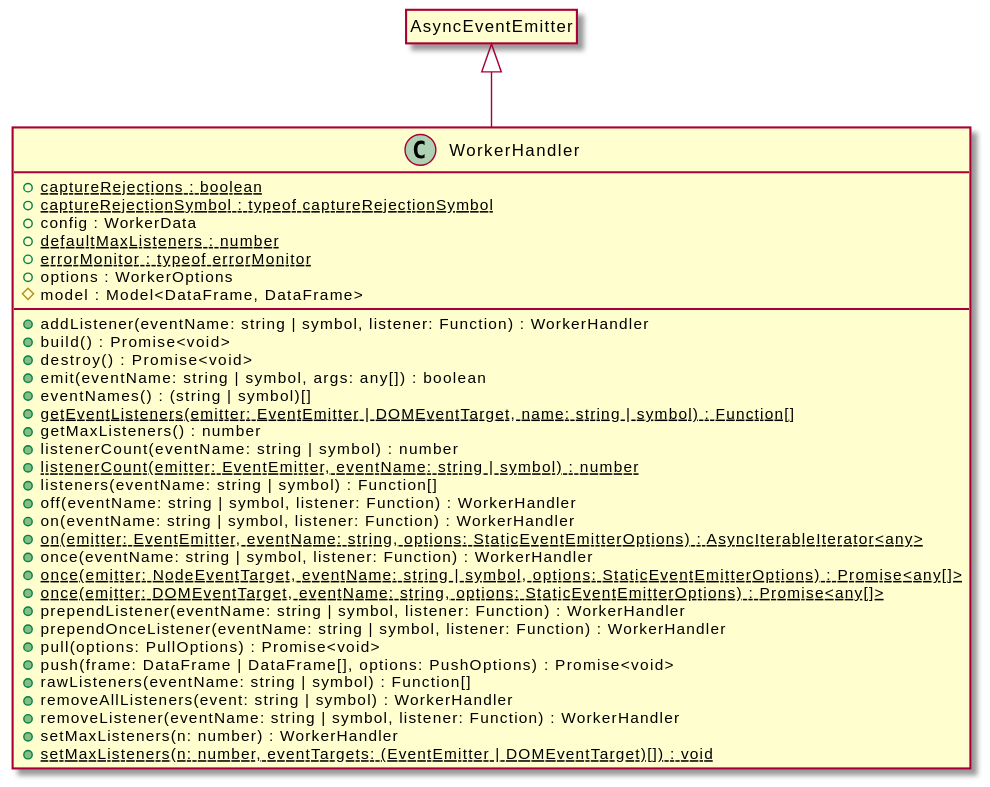
Before: assets/WorkerHandler-umlClassDiagram-15936.svg, a diagram exported from PlantUML (OpenHPS/openhps-core).
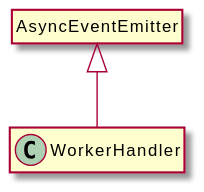
The same diagram one commit later.

What changed in the source:
```diff
@@ -3,38 +3,6 @@
 hide empty methods
 hide empty fields
 class "WorkerHandler" {
-    {static} +captureRejections : boolean
-    {static} +captureRejectionSymbol : typeof captureRejectionSymbol
-    +config : WorkerData
-    {static} +defaultMaxListeners : number
-    {static} +errorMonitor : typeof errorMonitor
-    +options : WorkerOptions
-    #model : Model<DataFrame, DataFrame>
-    +addListener(eventName: string | symbol, listener: Function) : WorkerHandler
-    +build() : Promise<void>
-    +destroy() : Promise<void>
-    +emit(eventName: string | symbol, args: any[]) : boolean
-    +eventNames() : (string | symbol)[]
-    {static} +getEventListeners(emitter: EventEmitter | DOMEventTarget, name: string | symbol) : Function[]
-    +getMaxListeners() : number
-    +listenerCount(eventName: string | symbol) : number
-    {static} +listenerCount(emitter: EventEmitter, eventName: string | symbol) : number
-    +listeners(eventName: string | symbol) : Function[]
-    +off(eventName: string | symbol, listener: Function) : WorkerHandler
-    +on(eventName: string | symbol, listener: Function) : WorkerHandler
-    {static} +on(emitter: EventEmitter, eventName: string, options: StaticEventEmitterOptions) : AsyncIterableIterator<any>
-    +once(eventName: string | symbol, listener: Function) : WorkerHandler
-    {static} +once(emitter: NodeEventTarget, eventName: string | symbol, options: StaticEventEmitterOptions) : Promise<any[]>
-    {static} +once(emitter: DOMEventTarget, eventName: string, options: StaticEventEmitterOptions) : Promise<any[]>
-    +prependListener(eventName: string | symbol, listener: Function) : WorkerHandler
-    +prependOnceListener(eventName: string | symbol, listener: Function) : WorkerHandler
-    +pull(options: PullOptions) : Promise<void>
-    +push(frame: DataFrame | DataFrame[], options: PushOptions) : Promise<void>
-    +rawListeners(eventName: string | symbol) : Function[]
-    +removeAllListeners(event: string | symbol) : WorkerHandler
-    +removeListener(eventName: string | symbol, listener: Function) : WorkerHandler
-    +setMaxListeners(n: number) : WorkerHandler
-    {static} +setMaxListeners(n: number, eventTargets: (EventEmitter | DOMEventTarget)[]) : void
 }
 class "AsyncEventEmitter"
 hide "AsyncEventEmitter" circle
```
